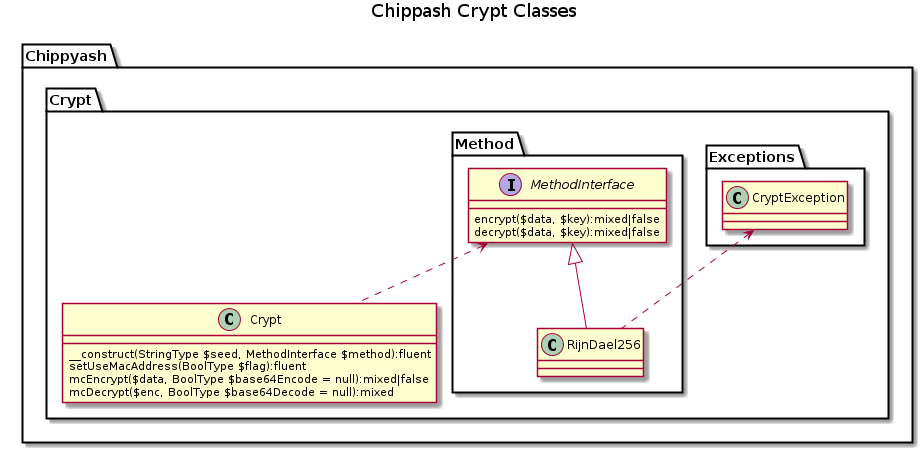
The PlantUML diagram docs/crypt-classes.png in abington/Crypt, before a commit.
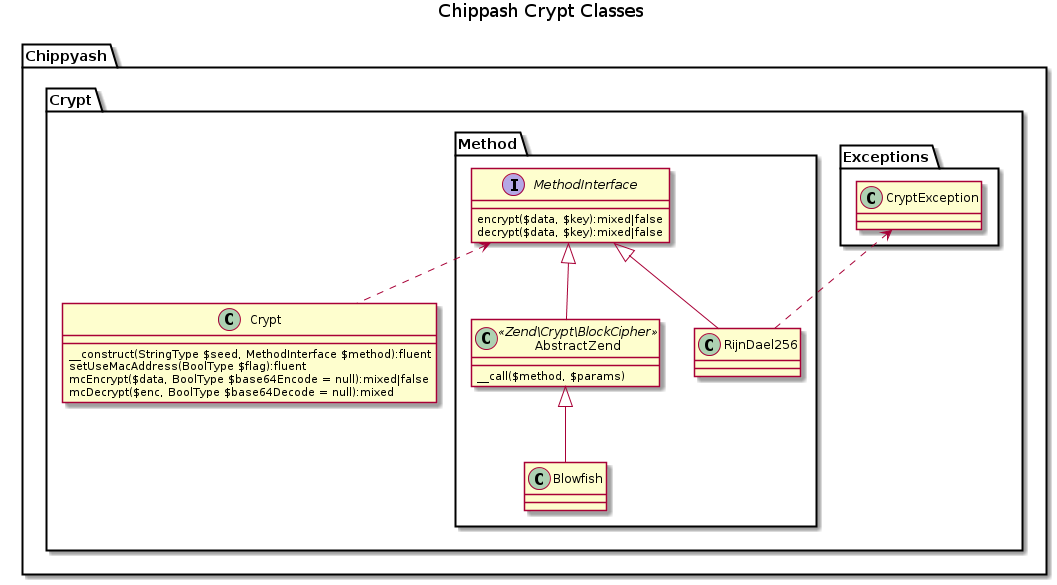
Later version of the same file.

The edit, as a diff of the source:
```diff
@@ -14,6 +14,10 @@
                 decrypt($data, $key):mixed|false
             }
             class RijnDael256
+            class AbstractZend<<Zend\Crypt\BlockCipher>> {
+                __call($method, $params)
+            }
+            class Blowfish
         }
 
         class Crypt {
@@ -25,6 +29,8 @@
     }
 }
 Chippyash.Crypt.Method.MethodInterface <|-- Chippyash.Crypt.Method.RijnDael256
+Chippyash.Crypt.Method.MethodInterface <|-- Chippyash.Crypt.Method.AbstractZend
+Chippyash.Crypt.Method.AbstractZend <|-- Chippyash.Crypt.Method.Blowfish
 Chippyash.Crypt.Exceptions.CryptException <.. Chippyash.Crypt.Method.RijnDael256
 Chippyash.Crypt.Method.MethodInterface <.. Chippyash.Crypt.Crypt
 @enduml
```
